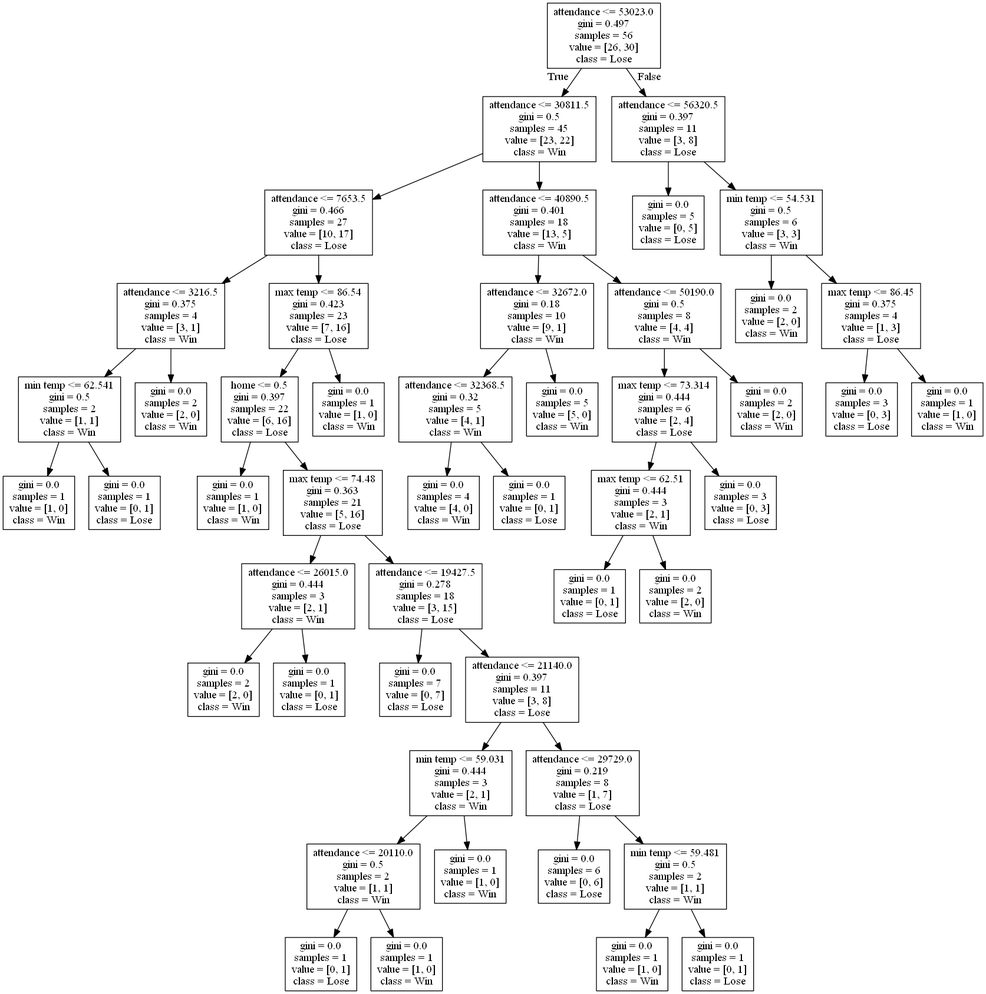
Earlier version of the Graphviz export DecisionTrees/decision_tree_no_score9.png (alexana-steck/CSE482Project). Its source is kept beside it as DecisionTrees/decision_tree_no_score9.dot.
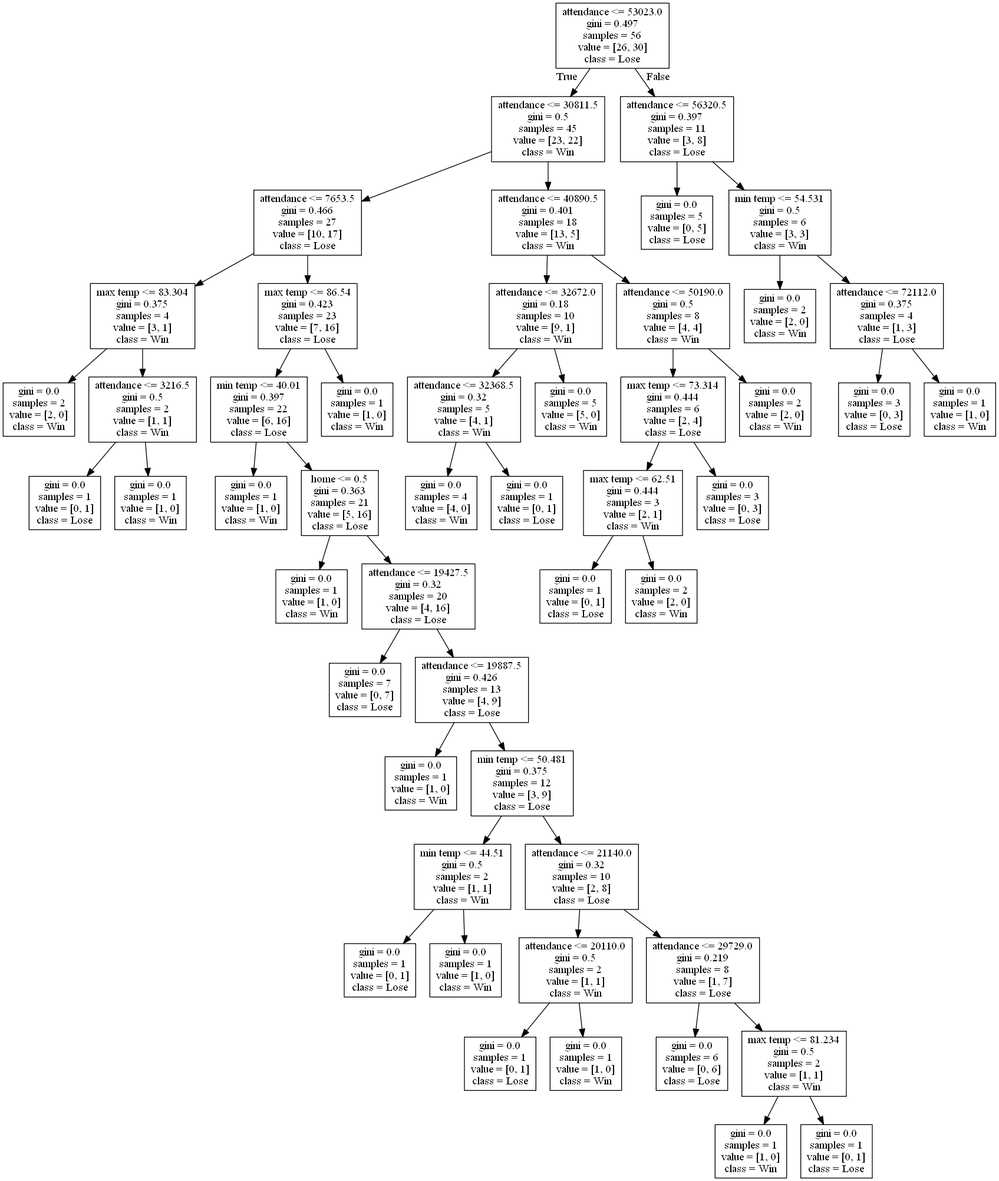
Above is the later version.

Change to the diagram source:
```diff
@@ -5,96 +5,100 @@
 0 -> 1 [labeldistance=2.5, labelangle=45, headlabel="True"] ;
 2 [label="attendance <= 7653.5\ngini = 0.466\nsamples = 27\nvalue = [10, 17]\nclass = Lose"] ;
 1 -> 2 ;
-3 [label="attendance <= 3216.5\ngini = 0.375\nsamples = 4\nvalue = [3, 1]\nclass = Win"] ;
+3 [label="max temp <= 83.304\ngini = 0.375\nsamples = 4\nvalue = [3, 1]\nclass = Win"] ;
 2 -> 3 ;
-4 [label="min temp <= 62.541\ngini = 0.5\nsamples = 2\nvalue = [1, 1]\nclass = Win"] ;
+4 [label="gini = 0.0\nsamples = 2\nvalue = [2, 0]\nclass = Win"] ;
 3 -> 4 ;
-5 [label="gini = 0.0\nsamples = 1\nvalue = [1, 0]\nclass = Win"] ;
-4 -> 5 ;
+5 [label="attendance <= 3216.5\ngini = 0.5\nsamples = 2\nvalue = [1, 1]\nclass = Win"] ;
+3 -> 5 ;
 6 [label="gini = 0.0\nsamples = 1\nvalue = [0, 1]\nclass = Lose"] ;
-4 -> 6 ;
-7 [label="gini = 0.0\nsamples = 2\nvalue = [2, 0]\nclass = Win"] ;
-3 -> 7 ;
+5 -> 6 ;
+7 [label="gini = 0.0\nsamples = 1\nvalue = [1, 0]\nclass = Win"] ;
+5 -> 7 ;
 8 [label="max temp <= 86.54\ngini = 0.423\nsamples = 23\nvalue = [7, 16]\nclass = Lose"] ;
 2 -> 8 ;
-9 [label="home <= 0.5\ngini = 0.397\nsamples = 22\nvalue = [6, 16]\nclass = Lose"] ;
+9 [label="min temp <= 40.01\ngini = 0.397\nsamples = 22\nvalue = [6, 16]\nclass = Lose"] ;
 8 -> 9 ;
 10 [label="gini = 0.0\nsamples = 1\nvalue = [1, 0]\nclass = Win"] ;
 9 -> 10 ;
-11 [label="max temp <= 74.48\ngini = 0.363\nsamples = 21\nvalue = [5, 16]\nclass = Lose"] ;
+11 [label="home <= 0.5\ngini = 0.363\nsamples = 21\nvalue = [5, 16]\nclass = Lose"] ;
 9 -> 11 ;
-12 [label="attendance <= 26015.0\ngini = 0.444\nsamples = 3\nvalue = [2, 1]\nclass = Win"] ;
+12 [label="gini = 0.0\nsamples = 1\nvalue = [1, 0]\nclass = Win"] ;
 11 -> 12 ;
-13 [label="gini = 0.0\nsamples = 2\nvalue = [2, 0]\nclass = Win"] ;
-12 -> 13 ;
-14 [label="gini = 0.0\nsamples = 1\nvalue = [0, 1]\nclass = Lose"] ;
-12 -> 14 ;
-15 [label="attendance <= 19427.5\ngini = 0.278\nsamples = 18\nvalue = [3, 15]\nclass = Lose"] ;
-11 -> 15 ;
-16 [label="gini = 0.0\nsamples = 7\nvalue = [0, 7]\nclass = Lose"] ;
+13 [label="attendance <= 19427.5\ngini = 0.32\nsamples = 20\nvalue = [4, 16]\nclass = Lose"] ;
+11 -> 13 ;
+14 [label="gini = 0.0\nsamples = 7\nvalue = [0, 7]\nclass = Lose"] ;
+13 -> 14 ;
+15 [label="attendance <= 19887.5\ngini = 0.426\nsamples = 13\nvalue = [4, 9]\nclass = Lose"] ;
+13 -> 15 ;
+16 [label="gini = 0.0\nsamples = 1\nvalue = [1, 0]\nclass = Win"] ;
 15 -> 16 ;
-17 [label="attendance <= 21140.0\ngini = 0.397\nsamples = 11\nvalue = [3, 8]\nclass = Lose"] ;
+17 [label="min temp <= 50.481\ngini = 0.375\nsamples = 12\nvalue = [3, 9]\nclass = Lose"] ;
 15 -> 17 ;
-18 [label="min temp <= 59.031\ngini = 0.444\nsamples = 3\nvalue = [2, 1]\nclass = Win"] ;
+18 [label="min temp <= 44.51\ngini = 0.5\nsamples = 2\nvalue = [1, 1]\nclass = Win"] ;
 17 -> 18 ;
-19 [label="attendance <= 20110.0\ngini = 0.5\nsamples = 2\nvalue = [1, 1]\nclass = Win"] ;
+19 [label="gini = 0.0\nsamples = 1\nvalue = [0, 1]\nclass = Lose"] ;
 18 -> 19 ;
-20 [label="gini = 0.0\nsamples = 1\nvalue = [0, 1]\nclass = Lose"] ;
-19 -> 20 ;
-21 [label="gini = 0.0\nsamples = 1\nvalue = [1, 0]\nclass = Win"] ;
-19 -> 21 ;
-22 [label="gini = 0.0\nsamples = 1\nvalue = [1, 0]\nclass = Win"] ;
-18 -> 22 ;
-23 [label="attendance <= 29729.0\ngini = 0.219\nsamples = 8\nvalue = [1, 7]\nclass = Lose"] ;
-17 -> 23 ;
-24 [label="gini = 0.0\nsamples = 6\nvalue = [0, 6]\nclass = Lose"] ;
-23 -> 24 ;
-25 [label="min temp <= 59.481\ngini = 0.5\nsamples = 2\nvalue = [1, 1]\nclass = Win"] ;
-23 -> 25 ;
-26 [label="gini = 0.0\nsamples = 1\nvalue = [1, 0]\nclass = Win"] ;
+20 [label="gini = 0.0\nsamples = 1\nvalue = [1, 0]\nclass = Win"] ;
+18 -> 20 ;
+21 [label="attendance <= 21140.0\ngini = 0.32\nsamples = 10\nvalue = [2, 8]\nclass = Lose"] ;
+17 -> 21 ;
+22 [label="attendance <= 20110.0\ngini = 0.5\nsamples = 2\nvalue = [1, 1]\nclass = Win"] ;
+21 -> 22 ;
+23 [label="gini = 0.0\nsamples = 1\nvalue = [0, 1]\nclass = Lose"] ;
+22 -> 23 ;
+24 [label="gini = 0.0\nsamples = 1\nvalue = [1, 0]\nclass = Win"] ;
+22 -> 24 ;
+25 [label="attendance <= 29729.0\ngini = 0.219\nsamples = 8\nvalue = [1, 7]\nclass = Lose"] ;
+21 -> 25 ;
+26 [label="gini = 0.0\nsamples = 6\nvalue = [0, 6]\nclass = Lose"] ;
 25 -> 26 ;
-27 [label="gini = 0.0\nsamples = 1\nvalue = [0, 1]\nclass = Lose"] ;
+27 [label="max temp <= 81.234\ngini = 0.5\nsamples = 2\nvalue = [1, 1]\nclass = Win"] ;
 25 -> 27 ;
 28 [label="gini = 0.0\nsamples = 1\nvalue = [1, 0]\nclass = Win"] ;
-8 -> 28 ;
-29 [label="attendance <= 40890.5\ngini = 0.401\nsamples = 18\nvalue = [13, 5]\nclass = Win"] ;
-1 -> 29 ;
-30 [label="attendance <= 32672.0\ngini = 0.18\nsamples = 10\nvalue = [9, 1]\nclass = Win"] ;
-29 -> 30 ;
-31 [label="attendance <= 32368.5\ngini = 0.32\nsamples = 5\nvalue = [4, 1]\nclass = Win"] ;
-30 -> 31 ;
-32 [label="gini = 0.0\nsamples = 4\nvalue = [4, 0]\nclass = Win"] ;
+27 -> 28 ;
+29 [label="gini = 0.0\nsamples = 1\nvalue = [0, 1]\nclass = Lose"] ;
+27 -> 29 ;
+30 [label="gini = 0.0\nsamples = 1\nvalue = [1, 0]\nclass = Win"] ;
+8 -> 30 ;
+31 [label="attendance <= 40890.5\ngini = 0.401\nsamples = 18\nvalue = [13, 5]\nclass = Win"] ;
+1 -> 31 ;
+32 [label="attendance <= 32672.0\ngini = 0.18\nsamples = 10\nvalue = [9, 1]\nclass = Win"] ;
 31 -> 32 ;
-33 [label="gini = 0.0\nsamples = 1\nvalue = [0, 1]\nclass = Lose"] ;
-31 -> 33 ;
-34 [label="gini = 0.0\nsamples = 5\nvalue = [5, 0]\nclass = Win"] ;
-30 -> 34 ;
-35 [label="attendance <= 50190.0\ngini = 0.5\nsamples = 8\nvalue = [4, 4]\nclass = Win"] ;
-29 -> 35 ;
-36 [label="max temp <= 73.314\ngini = 0.444\nsamples = 6\nvalue = [2, 4]\nclass = Lose"] ;
-35 -> 36 ;
-37 [label="max temp <= 62.51\ngini = 0.444\nsamples = 3\nvalue = [2, 1]\nclass = Win"] ;
-36 -> 37 ;
-38 [label="gini = 0.0\nsamples = 1\nvalue = [0, 1]\nclass = Lose"] ;
+33 [label="attendance <= 32368.5\ngini = 0.32\nsamples = 5\nvalue = [4, 1]\nclass = Win"] ;
+32 -> 33 ;
+34 [label="gini = 0.0\nsamples = 4\nvalue = [4, 0]\nclass = Win"] ;
+33 -> 34 ;
+35 [label="gini = 0.0\nsamples = 1\nvalue = [0, 1]\nclass = Lose"] ;
+33 -> 35 ;
+36 [label="gini = 0.0\nsamples = 5\nvalue = [5, 0]\nclass = Win"] ;
+32 -> 36 ;
+37 [label="attendance <= 50190.0\ngini = 0.5\nsamples = 8\nvalue = [4, 4]\nclass = Win"] ;
+31 -> 37 ;
+38 [label="max temp <= 73.314\ngini = 0.444\nsamples = 6\nvalue = [2, 4]\nclass = Lose"] ;
 37 -> 38 ;
-39 [label="gini = 0.0\nsamples = 2\nvalue = [2, 0]\nclass = Win"] ;
-37 -> 39 ;
-40 [label="gini = 0.0\nsamples = 3\nvalue = [0, 3]\nclass = Lose"] ;
-36 -> 40 ;
+39 [label="max temp <= 62.51\ngini = 0.444\nsamples = 3\nvalue = [2, 1]\nclass = Win"] ;
+38 -> 39 ;
+40 [label="gini = 0.0\nsamples = 1\nvalue = [0, 1]\nclass = Lose"] ;
+39 -> 40 ;
 41 [label="gini = 0.0\nsamples = 2\nvalue = [2, 0]\nclass = Win"] ;
-35 -> 41 ;
-42 [label="attendance <= 56320.5\ngini = 0.397\nsamples = 11\nvalue = [3, 8]\nclass = Lose"] ;
-0 -> 42 [labeldistance=2.5, labelangle=-45, headlabel="False"] ;
-43 [label="gini = 0.0\nsamples = 5\nvalue = [0, 5]\nclass = Lose"] ;
-42 -> 43 ;
-44 [label="min temp <= 54.531\ngini = 0.5\nsamples = 6\nvalue = [3, 3]\nclass = Win"] ;
-42 -> 44 ;
-45 [label="gini = 0.0\nsamples = 2\nvalue = [2, 0]\nclass = Win"] ;
+39 -> 41 ;
+42 [label="gini = 0.0\nsamples = 3\nvalue = [0, 3]\nclass = Lose"] ;
+38 -> 42 ;
+43 [label="gini = 0.0\nsamples = 2\nvalue = [2, 0]\nclass = Win"] ;
+37 -> 43 ;
+44 [label="attendance <= 56320.5\ngini = 0.397\nsamples = 11\nvalue = [3, 8]\nclass = Lose"] ;
+0 -> 44 [labeldistance=2.5, labelangle=-45, headlabel="False"] ;
+45 [label="gini = 0.0\nsamples = 5\nvalue = [0, 5]\nclass = Lose"] ;
 44 -> 45 ;
-46 [label="max temp <= 86.45\ngini = 0.375\nsamples = 4\nvalue = [1, 3]\nclass = Lose"] ;
+46 [label="min temp <= 54.531\ngini = 0.5\nsamples = 6\nvalue = [3, 3]\nclass = Win"] ;
 44 -> 46 ;
-47 [label="gini = 0.0\nsamples = 3\nvalue = [0, 3]\nclass = Lose"] ;
+47 [label="gini = 0.0\nsamples = 2\nvalue = [2, 0]\nclass = Win"] ;
 46 -> 47 ;
-48 [label="gini = 0.0\nsamples = 1\nvalue = [1, 0]\nclass = Win"] ;
+48 [label="attendance <= 72112.0\ngini = 0.375\nsamples = 4\nvalue = [1, 3]\nclass = Lose"] ;
 46 -> 48 ;
+49 [label="gini = 0.0\nsamples = 3\nvalue = [0, 3]\nclass = Lose"] ;
+48 -> 49 ;
+50 [label="gini = 0.0\nsamples = 1\nvalue = [1, 0]\nclass = Win"] ;
+48 -> 50 ;
 }
```
